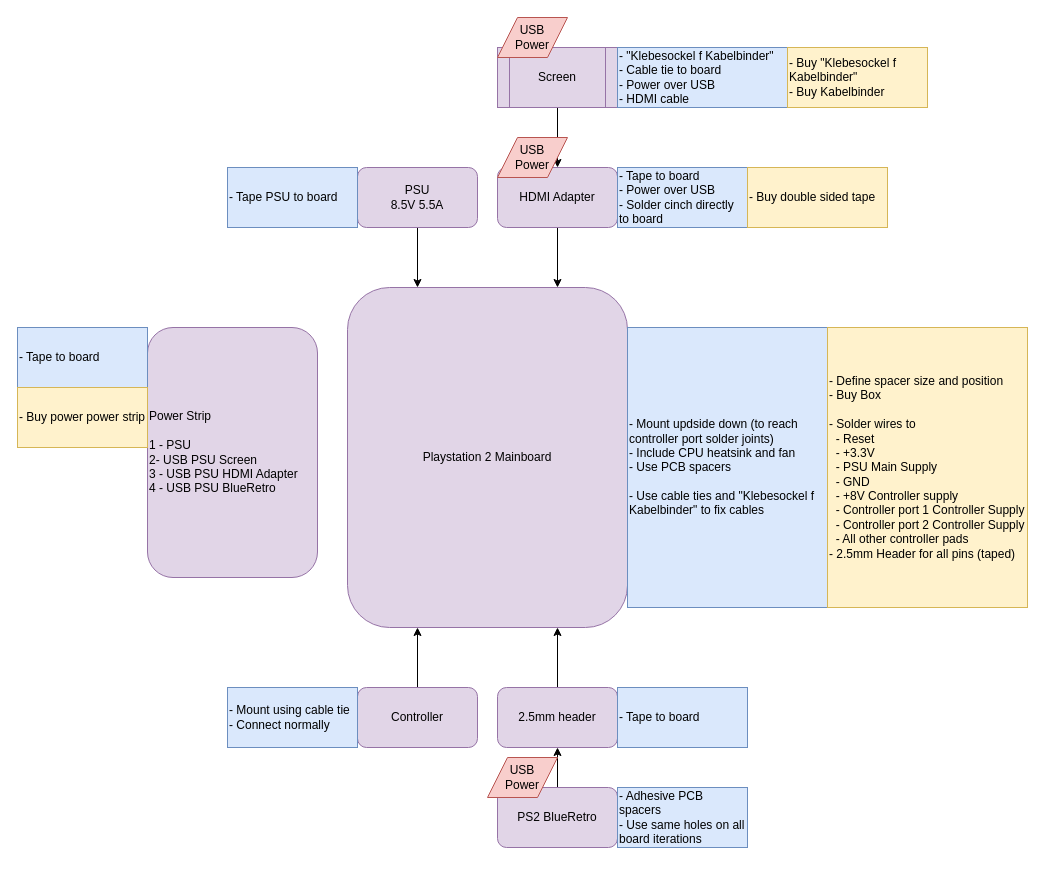
Earlier version of the draw.io diagram documentation/ps2_development_system.drawio (michael-hirschmugl/ps2-blueretro). Source tidied: cells renumbered, new cells numbered last; positions are measured from the earlier drawing's top-left corner, leaving out a move shared by most shapes. Both pictures are drawn from the tidied source at 100%, with x=0, y=0 at pixel (17, 17).
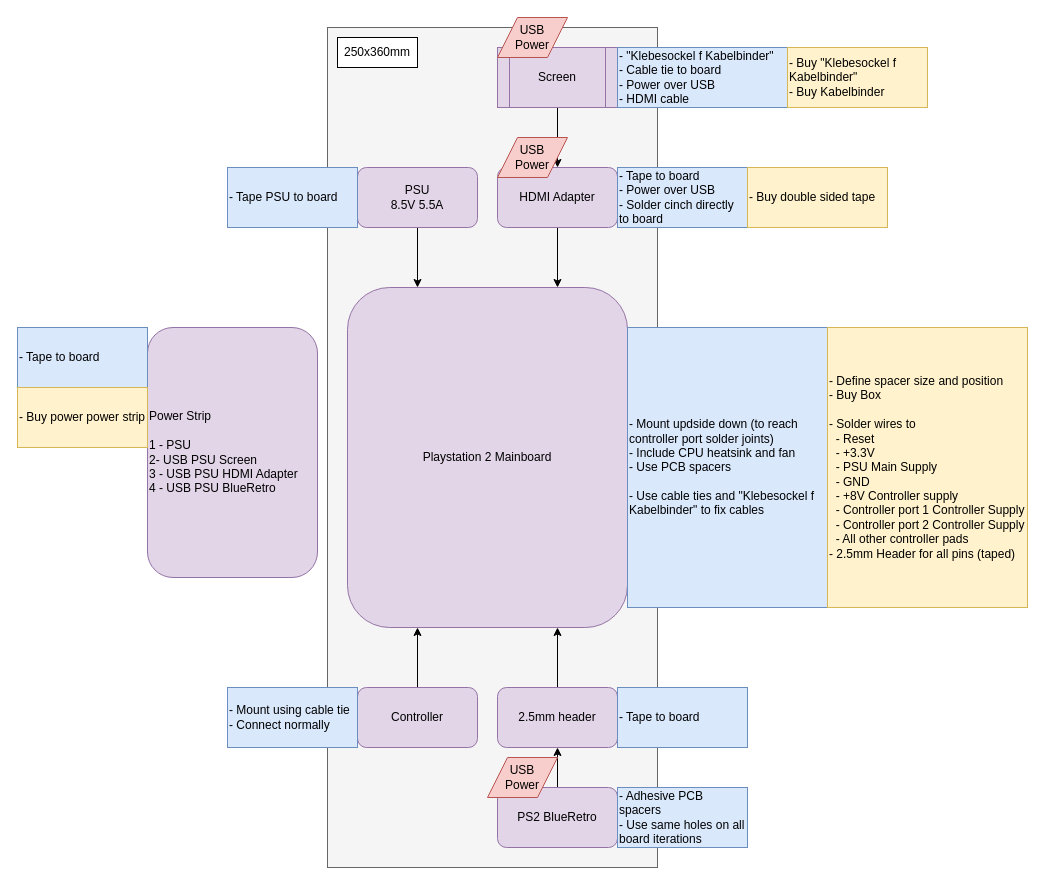
The same page after the edit.

Commit message (it also covers changes not shown here):
Development system update.

What changed in the source:
```diff
@@
+    <mxCell id="31" style="rounded=0;whiteSpace=wrap;html=1;fillColor=#f5f5f5;fontColor=#333333;strokeColor=#666666;" parent="1" vertex="1">
+      <mxGeometry x="310" y="10" width="330" height="840" as="geometry" />
+    </mxCell>
@@
+    <mxCell id="32" value="250x360mm" style="rounded=0;whiteSpace=wrap;html=1;" parent="1" vertex="1">
+      <mxGeometry x="320" y="20" width="80" height="30" as="geometry" />
+    </mxCell>
```
